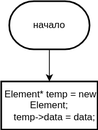
Before: Sem_2/Labs/LAB_11/lab_duospisok/add.drawio.svg, a diagram exported from draw.io (ksinph/PSTU_LABS_2023). Source tidied: cells renumbered, new cells last; positions are measured from the earlier drawing's top-left corner, leaving out a move shared by most shapes.
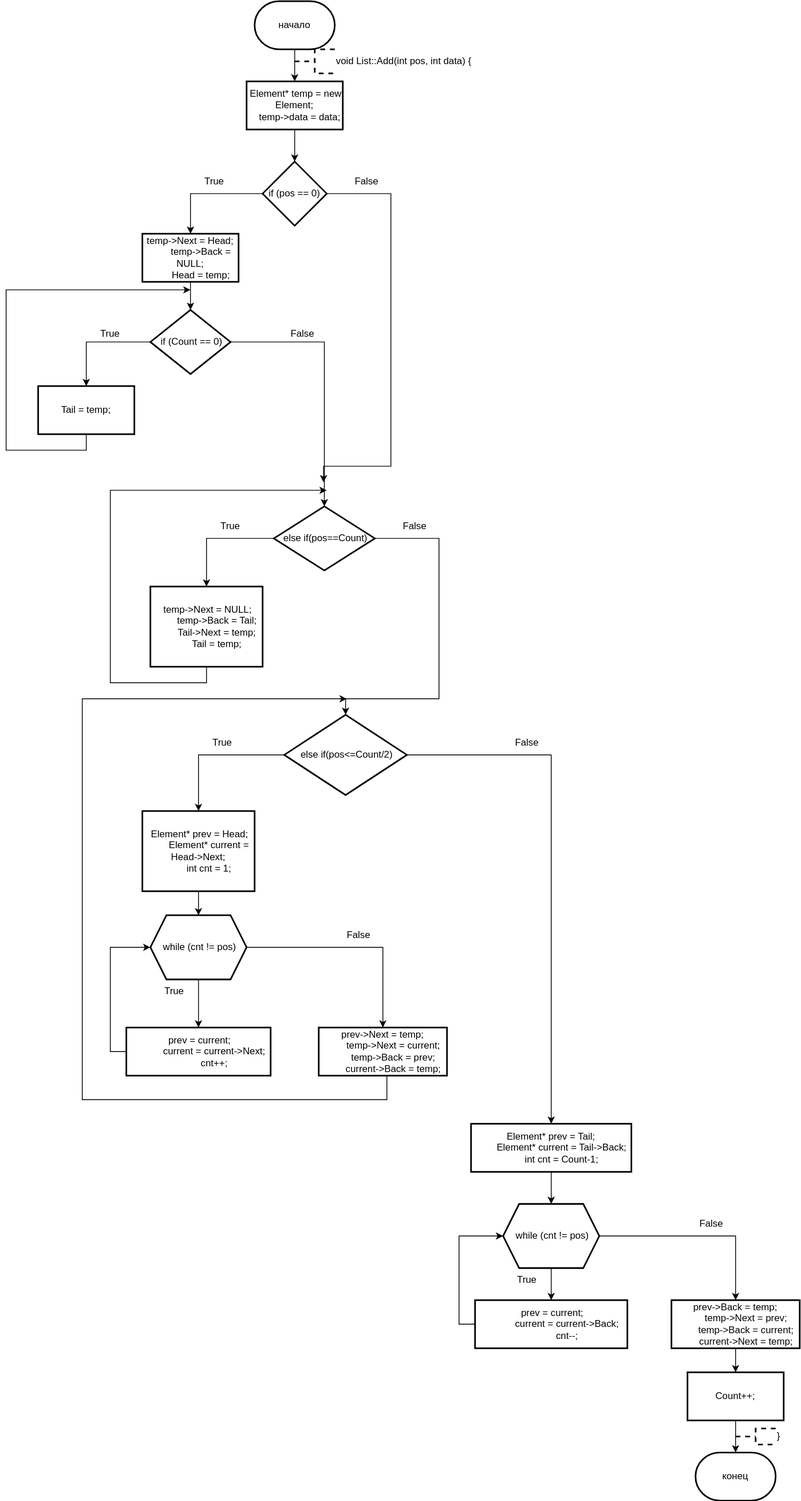
After the change.

Change to the diagram source:
```diff
@@ -8,8 +8,206 @@
     <mxCell id="3" value="начало" style="strokeWidth=2;html=1;shape=mxgraph.flowchart.terminator;whiteSpace=wrap;" parent="1" vertex="1">
       <mxGeometry x="10" width="100" height="60" as="geometry" />
     </mxCell>
+    <mxCell id="5" style="edgeStyle=orthogonalEdgeStyle;rounded=0;jettySize=auto;html=1;" parent="1" edge="1" source="4" target="8">
+      <mxGeometry relative="1" as="geometry" />
+    </mxCell>
     <mxCell id="4" value="&lt;div&gt;&amp;nbsp;Element* temp = new Element;&lt;/div&gt;&lt;div&gt;&amp;nbsp; &amp;nbsp; temp-&amp;gt;data = data;&lt;/div&gt;" style="whiteSpace=wrap;html=1;strokeWidth=2;" parent="1" vertex="1">
       <mxGeometry y="100" width="120" height="60" as="geometry" />
     </mxCell>
+    <mxCell id="6" style="edgeStyle=orthogonalEdgeStyle;rounded=0;jettySize=auto;html=1;" parent="1" edge="1" source="8" target="10">
+      <mxGeometry relative="1" as="geometry" />
+    </mxCell>
+    <mxCell id="7" style="edgeStyle=orthogonalEdgeStyle;rounded=0;orthogonalLoop=1;jettySize=auto;html=1;exitX=1;exitY=0.5;exitDx=0;exitDy=0;" parent="1" edge="1">
+      <mxGeometry relative="1" as="geometry">
+        <mxPoint x="96" y="240" as="sourcePoint" />
+        <mxPoint x="96" y="600" as="targetPoint" />
+        <Array as="points">
+          <mxPoint x="180" y="240" />
+          <mxPoint x="180" y="580" />
+          <mxPoint x="96" y="580" />
+        </Array>
+      </mxGeometry>
+    </mxCell>
+    <mxCell id="8" value="if (pos == 0)" style="rhombus;whiteSpace=wrap;html=1;strokeWidth=2;" parent="1" vertex="1">
+      <mxGeometry x="20" y="200" width="80" height="80" as="geometry" />
+    </mxCell>
+    <mxCell id="9" style="edgeStyle=orthogonalEdgeStyle;rounded=0;jettySize=auto;html=1;" parent="1" edge="1" source="10" target="13">
+      <mxGeometry relative="1" as="geometry" />
+    </mxCell>
+    <mxCell id="10" value="&lt;div&gt;temp-&amp;gt;Next = Head;&lt;/div&gt;&lt;div&gt;&amp;nbsp; &amp;nbsp; &amp;nbsp; &amp;nbsp; temp-&amp;gt;Back = NULL;&lt;/div&gt;&lt;div&gt;&amp;nbsp; &amp;nbsp; &amp;nbsp; &amp;nbsp; Head = temp;&lt;/div&gt;" style="whiteSpace=wrap;html=1;strokeWidth=2;" parent="1" vertex="1">
+      <mxGeometry x="-130" y="290" width="120" height="60" as="geometry" />
+    </mxCell>
+    <mxCell id="11" style="edgeStyle=orthogonalEdgeStyle;rounded=0;jettySize=auto;html=1;" parent="1" edge="1" source="13" target="15">
+      <mxGeometry relative="1" as="geometry" />
+    </mxCell>
+    <mxCell id="12" style="edgeStyle=orthogonalEdgeStyle;rounded=0;jettySize=auto;html=1;" parent="1" edge="1" source="13" target="18">
+      <mxGeometry relative="1" as="geometry" />
+    </mxCell>
+    <mxCell id="13" value="&amp;nbsp;if (Count == 0)" style="rhombus;whiteSpace=wrap;html=1;strokeWidth=2;" parent="1" vertex="1">
+      <mxGeometry x="-120" y="385" width="100" height="80" as="geometry" />
+    </mxCell>
+    <mxCell id="14" style="edgeStyle=orthogonalEdgeStyle;rounded=0;jettySize=auto;html=1;exitX=0.5;exitY=1;exitDx=0;exitDy=0;" parent="1" edge="1" source="15">
+      <mxGeometry relative="1" as="geometry">
+        <mxPoint x="-70" y="360" as="targetPoint" />
+        <Array as="points">
+          <mxPoint x="-200" y="560" />
+          <mxPoint x="-300" y="560" />
+          <mxPoint x="-300" y="360" />
+        </Array>
+      </mxGeometry>
+    </mxCell>
+    <mxCell id="15" value="Tail = temp;" style="whiteSpace=wrap;html=1;strokeWidth=2;" parent="1" vertex="1">
+      <mxGeometry x="-260" y="480" width="120" height="60" as="geometry" />
+    </mxCell>
+    <mxCell id="16" style="edgeStyle=orthogonalEdgeStyle;rounded=0;jettySize=auto;html=1;" parent="1" edge="1" source="18" target="19">
+      <mxGeometry relative="1" as="geometry" />
+    </mxCell>
+    <mxCell id="17" style="edgeStyle=orthogonalEdgeStyle;rounded=0;jettySize=auto;html=1;exitX=1;exitY=0.5;exitDx=0;exitDy=0;entryX=0.5;entryY=0;entryDx=0;entryDy=0;entryPerimeter=0;" parent="1" edge="1" source="18" target="28">
+      <mxGeometry relative="1" as="geometry">
+        <Array as="points">
+          <mxPoint x="240" y="670" />
+          <mxPoint x="240" y="870" />
+          <mxPoint x="124" y="870" />
+        </Array>
+      </mxGeometry>
+    </mxCell>
+    <mxCell id="18" value="&amp;nbsp;else if(pos==Count)" style="rhombus;whiteSpace=wrap;html=1;strokeWidth=2;" parent="1" vertex="1">
+      <mxGeometry x="34" y="630" width="126" height="80" as="geometry" />
+    </mxCell>
+    <mxCell id="19" value="&lt;div&gt;&amp;nbsp;temp-&amp;gt;Next = NULL;&lt;/div&gt;&lt;div&gt;&amp;nbsp; &amp;nbsp; &amp;nbsp; &amp;nbsp; temp-&amp;gt;Back = Tail;&lt;/div&gt;&lt;div&gt;&amp;nbsp; &amp;nbsp; &amp;nbsp; &amp;nbsp; Tail-&amp;gt;Next = temp;&lt;/div&gt;&lt;div&gt;&amp;nbsp; &amp;nbsp; &amp;nbsp; &amp;nbsp; Tail = temp;&lt;/div&gt;" style="whiteSpace=wrap;html=1;strokeWidth=2;" parent="1" vertex="1">
+      <mxGeometry x="-120" y="730" width="140" height="100" as="geometry" />
+    </mxCell>
+    <mxCell id="20" value="void List::Add(int pos, int data) {" style="strokeWidth=2;html=1;shape=mxgraph.flowchart.annotation_2;align=left;labelPosition=right;dashed=1;" parent="1" vertex="1">
+      <mxGeometry x="60" y="60" width="50" height="30" as="geometry" />
+    </mxCell>
+    <mxCell id="21" value="True" style="text;html=1;align=center;verticalAlign=middle;whiteSpace=wrap;rounded=0;" parent="1" vertex="1">
+      <mxGeometry x="-70" y="210" width="60" height="30" as="geometry" />
+    </mxCell>
+    <mxCell id="22" value="False" style="text;html=1;align=center;verticalAlign=middle;whiteSpace=wrap;rounded=0;" parent="1" vertex="1">
+      <mxGeometry x="120" y="210" width="60" height="30" as="geometry" />
+    </mxCell>
+    <mxCell id="23" value="True" style="text;html=1;align=center;verticalAlign=middle;whiteSpace=wrap;rounded=0;" parent="1" vertex="1">
+      <mxGeometry x="-200" y="400" width="60" height="30" as="geometry" />
+    </mxCell>
+    <mxCell id="24" value="False" style="text;html=1;align=center;verticalAlign=middle;whiteSpace=wrap;rounded=0;" parent="1" vertex="1">
+      <mxGeometry x="40" y="400" width="60" height="30" as="geometry" />
+    </mxCell>
+    <mxCell id="25" value="True" style="text;html=1;align=center;verticalAlign=middle;whiteSpace=wrap;rounded=0;" parent="1" vertex="1">
+      <mxGeometry x="-50" y="640" width="60" height="30" as="geometry" />
+    </mxCell>
+    <mxCell id="26" style="edgeStyle=orthogonalEdgeStyle;rounded=0;jettySize=auto;html=1;" parent="1" edge="1" source="28" target="32">
+      <mxGeometry relative="1" as="geometry" />
+    </mxCell>
+    <mxCell id="27" style="edgeStyle=orthogonalEdgeStyle;rounded=0;jettySize=auto;html=1;" parent="1" edge="1" source="28" target="43">
+      <mxGeometry relative="1" as="geometry" />
+    </mxCell>
+    <mxCell id="28" value="&amp;nbsp;else if(pos&amp;lt;=Count/2)" style="strokeWidth=2;html=1;shape=mxgraph.flowchart.decision;whiteSpace=wrap;" parent="1" vertex="1">
+      <mxGeometry x="47" y="890" width="153" height="100" as="geometry" />
+    </mxCell>
+    <mxCell id="29" style="edgeStyle=orthogonalEdgeStyle;rounded=0;jettySize=auto;html=1;exitX=0.5;exitY=1;exitDx=0;exitDy=0;" parent="1" edge="1" source="19">
+      <mxGeometry relative="1" as="geometry">
+        <mxPoint x="100" y="610" as="targetPoint" />
+        <Array as="points">
+          <mxPoint x="-50" y="850" />
+          <mxPoint x="-170" y="850" />
+          <mxPoint x="-170" y="610" />
+        </Array>
+      </mxGeometry>
+    </mxCell>
+    <mxCell id="30" value="False" style="text;html=1;align=center;verticalAlign=middle;whiteSpace=wrap;rounded=0;" parent="1" vertex="1">
+      <mxGeometry x="180" y="640" width="60" height="30" as="geometry" />
+    </mxCell>
+    <mxCell id="31" style="edgeStyle=orthogonalEdgeStyle;rounded=0;jettySize=auto;html=1;" parent="1" edge="1" source="32" target="35">
+      <mxGeometry relative="1" as="geometry" />
+    </mxCell>
+    <mxCell id="32" value="&lt;div&gt;&amp;nbsp;Element* prev = Head;&lt;/div&gt;&lt;div&gt;&amp;nbsp; &amp;nbsp; &amp;nbsp; &amp;nbsp; Element* current = Head-&amp;gt;Next;&lt;/div&gt;&lt;div&gt;&amp;nbsp; &amp;nbsp; &amp;nbsp; &amp;nbsp; int cnt = 1;&lt;/div&gt;" style="whiteSpace=wrap;html=1;strokeWidth=2;" parent="1" vertex="1">
+      <mxGeometry x="-130" y="1010" width="140" height="100" as="geometry" />
+    </mxCell>
+    <mxCell id="33" style="edgeStyle=orthogonalEdgeStyle;rounded=0;jettySize=auto;html=1;" parent="1" edge="1" source="35" target="37">
+      <mxGeometry relative="1" as="geometry" />
+    </mxCell>
+    <mxCell id="34" style="edgeStyle=orthogonalEdgeStyle;rounded=0;jettySize=auto;html=1;" parent="1" edge="1" source="35" target="39">
+      <mxGeometry relative="1" as="geometry" />
+    </mxCell>
+    <mxCell id="35" value="&amp;nbsp;while (cnt != pos)" style="shape=hexagon;perimeter=hexagonPerimeter2;whiteSpace=wrap;html=1;fixedSize=1;strokeWidth=2;" parent="1" vertex="1">
+      <mxGeometry x="-120" y="1140" width="120" height="80" as="geometry" />
+    </mxCell>
+    <mxCell id="36" style="edgeStyle=orthogonalEdgeStyle;rounded=0;jettySize=auto;html=1;exitX=0;exitY=0.5;exitDx=0;exitDy=0;entryX=0;entryY=0.5;entryDx=0;entryDy=0;" parent="1" edge="1" source="37" target="35">
+      <mxGeometry relative="1" as="geometry" />
+    </mxCell>
+    <mxCell id="37" value="&lt;div&gt;&amp;nbsp;prev = current;&lt;/div&gt;&lt;div&gt;&amp;nbsp; &amp;nbsp; &amp;nbsp; &amp;nbsp; &amp;nbsp; &amp;nbsp; current = current-&amp;gt;Next;&lt;/div&gt;&lt;div&gt;&amp;nbsp; &amp;nbsp; &amp;nbsp; &amp;nbsp; &amp;nbsp; &amp;nbsp; cnt++;&lt;/div&gt;" style="whiteSpace=wrap;html=1;strokeWidth=2;align=center;" parent="1" vertex="1">
+      <mxGeometry x="-150" y="1280" width="180" height="60" as="geometry" />
+    </mxCell>
+    <mxCell id="38" style="edgeStyle=orthogonalEdgeStyle;rounded=0;orthogonalLoop=1;jettySize=auto;html=1;exitX=0.5;exitY=1;exitDx=0;exitDy=0;" parent="1" edge="1">
+      <mxGeometry relative="1" as="geometry">
+        <mxPoint x="175" y="1340" as="sourcePoint" />
+        <mxPoint x="125" y="870" as="targetPoint" />
+        <Array as="points">
+          <mxPoint x="175" y="1370" />
+          <mxPoint x="-205" y="1370" />
+          <mxPoint x="-205" y="870" />
+        </Array>
+      </mxGeometry>
+    </mxCell>
+    <mxCell id="39" value="&lt;div&gt;prev-&amp;gt;Next = temp;&lt;/div&gt;&lt;div&gt;&amp;nbsp; &amp;nbsp; &amp;nbsp; &amp;nbsp; temp-&amp;gt;Next = current;&lt;/div&gt;&lt;div&gt;&amp;nbsp; &amp;nbsp; &amp;nbsp; &amp;nbsp; temp-&amp;gt;Back = prev;&lt;/div&gt;&lt;div&gt;&amp;nbsp; &amp;nbsp; &amp;nbsp; &amp;nbsp; current-&amp;gt;Back = temp;&lt;/div&gt;" style="whiteSpace=wrap;html=1;strokeWidth=2;" parent="1" vertex="1">
+      <mxGeometry x="90" y="1280" width="160" height="60" as="geometry" />
+    </mxCell>
+    <mxCell id="40" value="True" style="text;html=1;align=center;verticalAlign=middle;whiteSpace=wrap;rounded=0;" parent="1" vertex="1">
+      <mxGeometry x="-60" y="910" width="60" height="30" as="geometry" />
+    </mxCell>
+    <mxCell id="41" value="True" style="text;html=1;align=center;verticalAlign=middle;whiteSpace=wrap;rounded=0;" parent="1" vertex="1">
+      <mxGeometry x="-120" y="1220" width="60" height="30" as="geometry" />
+    </mxCell>
+    <mxCell id="42" style="edgeStyle=orthogonalEdgeStyle;rounded=0;jettySize=auto;html=1;" parent="1" edge="1" source="43" target="46">
+      <mxGeometry relative="1" as="geometry" />
+    </mxCell>
+    <mxCell id="43" value="&lt;div&gt;Element* prev = Tail;&lt;/div&gt;&lt;div&gt;&amp;nbsp; &amp;nbsp; &amp;nbsp; &amp;nbsp; Element* current = Tail-&amp;gt;Back;&lt;/div&gt;&lt;div&gt;&amp;nbsp; &amp;nbsp; &amp;nbsp; &amp;nbsp; int cnt = Count-1;&lt;/div&gt;" style="whiteSpace=wrap;html=1;strokeWidth=2;" parent="1" vertex="1">
+      <mxGeometry x="280" y="1400" width="200" height="60" as="geometry" />
+    </mxCell>
+    <mxCell id="44" style="edgeStyle=orthogonalEdgeStyle;rounded=0;jettySize=auto;html=1;" parent="1" edge="1" source="46" target="48">
+      <mxGeometry relative="1" as="geometry" />
+    </mxCell>
+    <mxCell id="45" style="edgeStyle=orthogonalEdgeStyle;rounded=0;jettySize=auto;html=1;" parent="1" edge="1" source="46" target="50">
+      <mxGeometry relative="1" as="geometry" />
+    </mxCell>
+    <mxCell id="46" value="&amp;nbsp;while (cnt != pos)" style="shape=hexagon;perimeter=hexagonPerimeter2;whiteSpace=wrap;html=1;fixedSize=1;strokeWidth=2;" parent="1" vertex="1">
+      <mxGeometry x="320" y="1500" width="120" height="80" as="geometry" />
+    </mxCell>
+    <mxCell id="47" style="edgeStyle=orthogonalEdgeStyle;rounded=0;jettySize=auto;html=1;exitX=0;exitY=0.5;exitDx=0;exitDy=0;entryX=0;entryY=0.5;entryDx=0;entryDy=0;" parent="1" edge="1" source="48" target="46">
+      <mxGeometry relative="1" as="geometry" />
+    </mxCell>
+    <mxCell id="48" value="&lt;div&gt;&amp;nbsp;prev = current;&lt;/div&gt;&lt;div&gt;&amp;nbsp; &amp;nbsp; &amp;nbsp; &amp;nbsp; &amp;nbsp; &amp;nbsp; current = current-&amp;gt;Back;&lt;/div&gt;&lt;div&gt;&amp;nbsp; &amp;nbsp; &amp;nbsp; &amp;nbsp; &amp;nbsp; &amp;nbsp; cnt--;&lt;/div&gt;" style="whiteSpace=wrap;html=1;strokeWidth=2;" parent="1" vertex="1">
+      <mxGeometry x="285" y="1620" width="190" height="60" as="geometry" />
+    </mxCell>
+    <mxCell id="49" style="edgeStyle=orthogonalEdgeStyle;rounded=0;jettySize=auto;html=1;" parent="1" edge="1" source="50" target="55">
+      <mxGeometry relative="1" as="geometry" />
+    </mxCell>
+    <mxCell id="50" value="&lt;div&gt;prev-&amp;gt;Back = temp;&lt;/div&gt;&lt;div&gt;&amp;nbsp; &amp;nbsp; &amp;nbsp; &amp;nbsp; temp-&amp;gt;Next = prev;&lt;/div&gt;&lt;div&gt;&amp;nbsp; &amp;nbsp; &amp;nbsp; &amp;nbsp; temp-&amp;gt;Back = current;&lt;/div&gt;&lt;div&gt;&amp;nbsp; &amp;nbsp; &amp;nbsp; &amp;nbsp; current-&amp;gt;Next = temp;&lt;/div&gt;" style="whiteSpace=wrap;html=1;strokeWidth=2;" parent="1" vertex="1">
+      <mxGeometry x="530" y="1620" width="160" height="60" as="geometry" />
+    </mxCell>
+    <mxCell id="51" value="True" style="text;html=1;align=center;verticalAlign=middle;whiteSpace=wrap;rounded=0;" parent="1" vertex="1">
+      <mxGeometry x="320" y="1580" width="60" height="30" as="geometry" />
+    </mxCell>
+    <mxCell id="52" value="False" style="text;html=1;align=center;verticalAlign=middle;whiteSpace=wrap;rounded=0;" parent="1" vertex="1">
+      <mxGeometry x="320" y="910" width="60" height="30" as="geometry" />
+    </mxCell>
+    <mxCell id="53" value="False" style="text;html=1;align=center;verticalAlign=middle;whiteSpace=wrap;rounded=0;" parent="1" vertex="1">
+      <mxGeometry x="110" y="1150" width="60" height="30" as="geometry" />
+    </mxCell>
+    <mxCell id="54" value="False" style="text;html=1;align=center;verticalAlign=middle;whiteSpace=wrap;rounded=0;" parent="1" vertex="1">
+      <mxGeometry x="550" y="1510" width="60" height="30" as="geometry" />
+    </mxCell>
+    <mxCell id="55" value="Count++;" style="whiteSpace=wrap;html=1;strokeWidth=2;" parent="1" vertex="1">
+      <mxGeometry x="550" y="1710" width="120" height="60" as="geometry" />
+    </mxCell>
+    <mxCell id="56" value="конец" style="strokeWidth=2;html=1;shape=mxgraph.flowchart.terminator;whiteSpace=wrap;" parent="1" vertex="1">
+      <mxGeometry x="560" y="1810" width="100" height="60" as="geometry" />
+    </mxCell>
+    <mxCell id="57" style="edgeStyle=orthogonalEdgeStyle;rounded=0;jettySize=auto;html=1;exitX=0.5;exitY=1;exitDx=0;exitDy=0;entryX=0.5;entryY=0;entryDx=0;entryDy=0;entryPerimeter=0;" parent="1" edge="1" source="55" target="56">
+      <mxGeometry relative="1" as="geometry" />
+    </mxCell>
+    <mxCell id="58" value="}" style="strokeWidth=2;html=1;shape=mxgraph.flowchart.annotation_2;align=left;labelPosition=right;dashed=1;" parent="1" vertex="1">
+      <mxGeometry x="610" y="1780" width="50" height="20" as="geometry" />
+    </mxCell>
   </root>
 </mxGraphModel>
```
